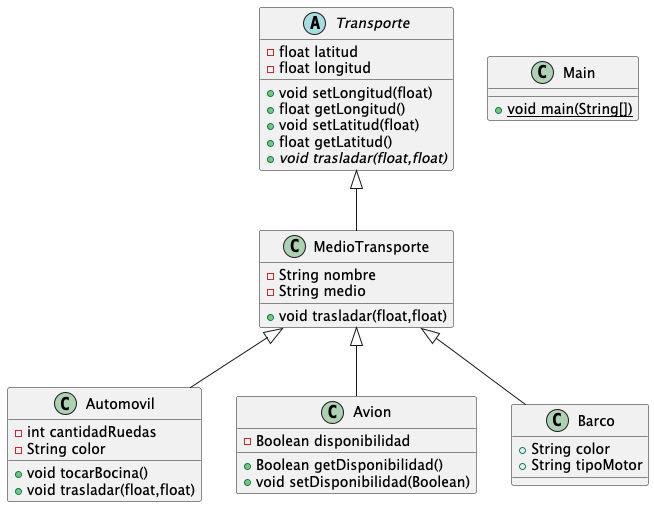
Earlier version of the PlantUML export class_diagram.png (sergiomedinaio/25.1-poo_testing_java).
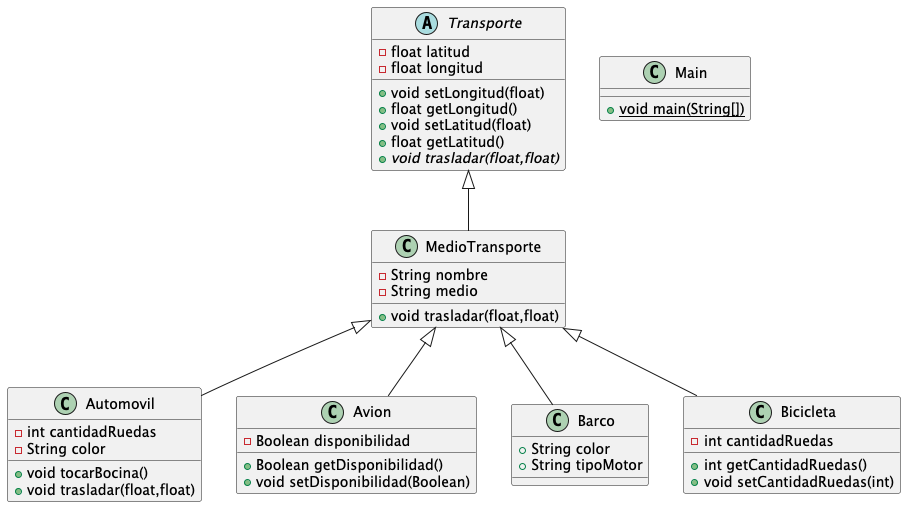
Later version of the same file.

Commit message:
feat: add Bicicleta Class

Change to the diagram source:
```diff
@@ -41,10 +41,16 @@
 + String tipoMotor
 }
 
+class Bicicleta {
+- int cantidadRuedas
++ int getCantidadRuedas()
++ void setCantidadRuedas(int)
+}
 
 
 MedioTransporte <|-- Automovil
 MedioTransporte <|-- Avion
 Transporte <|-- MedioTransporte
 MedioTransporte <|-- Barco
+MedioTransporte <|-- Bicicleta
 @enduml
```
